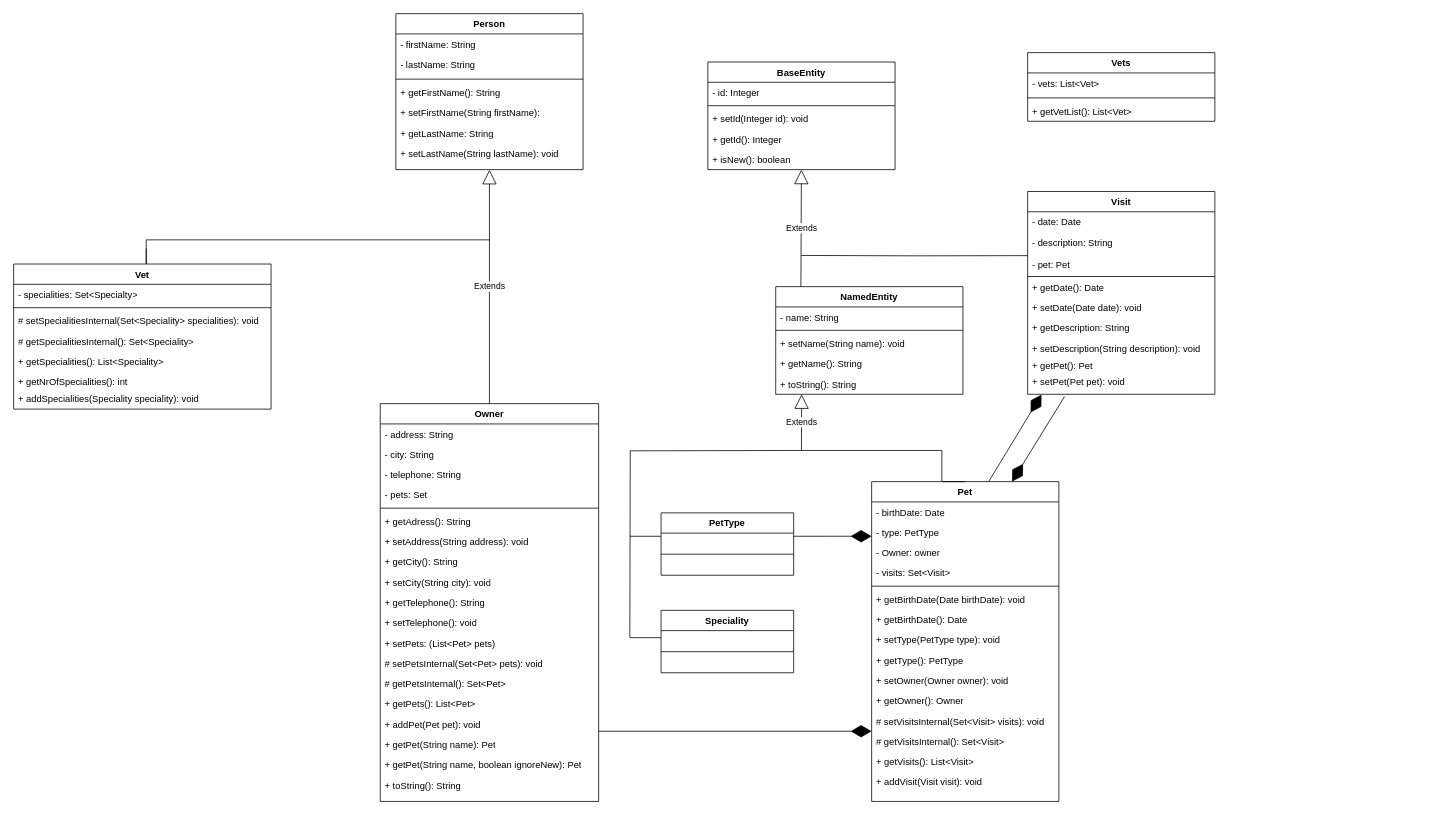
BubbaTamer/petclinic keeps this draw.io diagram as src/UML/PetClinic.drawio. Above is the earlier version. Source tidied: cells renumbered, new cells numbered last; positions are measured from the earlier drawing's top-left corner, leaving out a move shared by most shapes. Both pictures are drawn from the tidied source at 78%, with x=0, y=0 at pixel (13, 13).
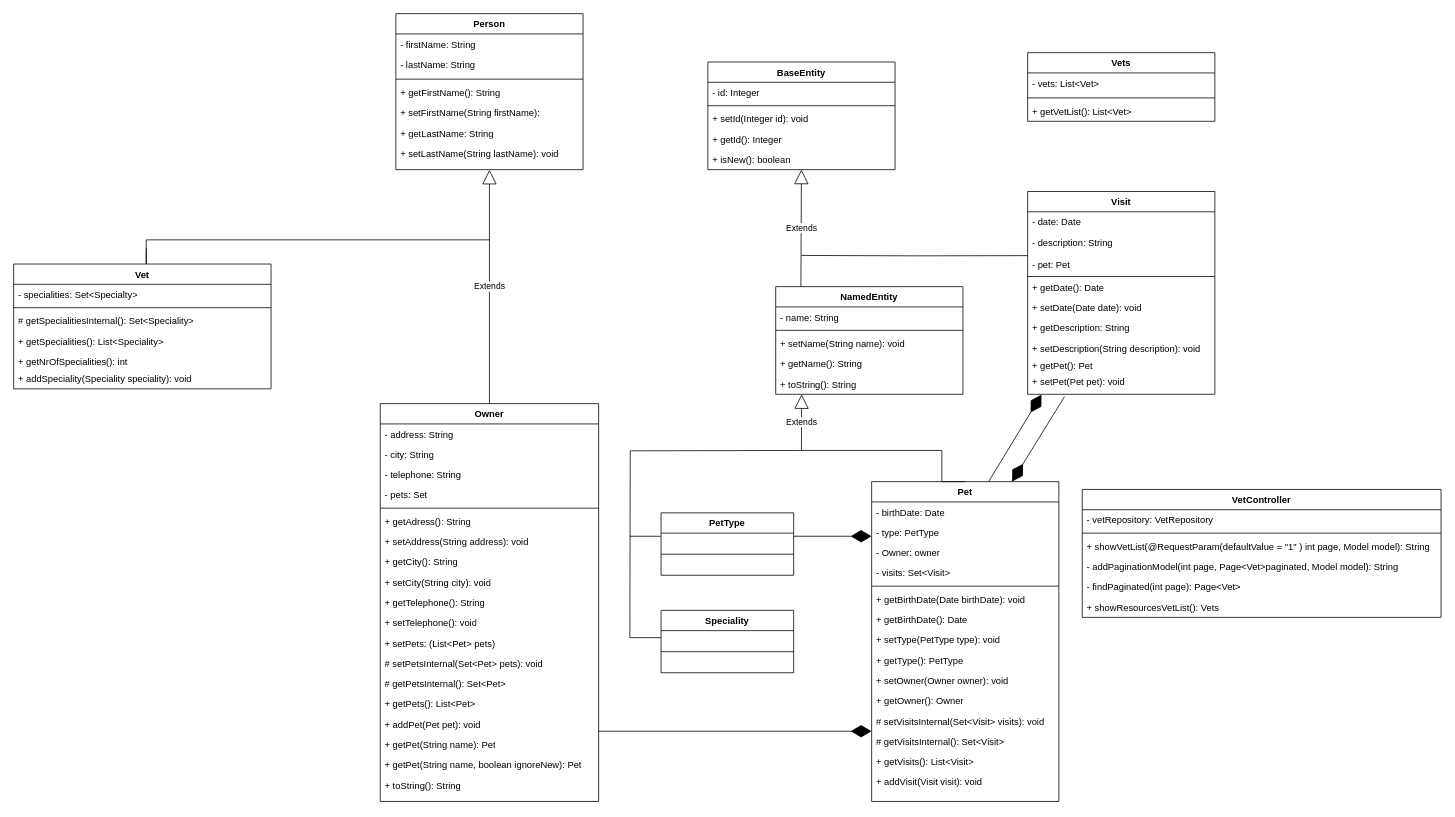
The same diagram, later.

Diff of the diagram source:
```diff
@@
     <mxCell id="65" value="Vet" style="swimlane;fontStyle=1;align=center;verticalAlign=top;horizontal=1;startSize=26;whiteSpace=wrap;html=1;" parent="1" vertex="1">
-      <mxGeometry y="321" width="330" height="186" as="geometry" />
+      <mxGeometry y="321" width="330" height="160" as="geometry" />
     </mxCell>
@@
-    <mxCell id="68" value="# setSpecialitiesInternal(Set&amp;lt;Speciality&amp;gt; specialities): void" style="text;strokeColor=none;fillColor=none;align=left;verticalAlign=top;spacingLeft=4;spacingRight=4;overflow=hidden;whiteSpace=wrap;html=1;" parent="65" vertex="1">
-      <mxGeometry y="60" width="330" height="26" as="geometry" />
-    </mxCell>
     <mxCell id="69" value="# getSpecialitiesInternal(): Set&amp;lt;Speciality&amp;gt;" style="text;strokeColor=none;fillColor=none;align=left;verticalAlign=top;spacingLeft=4;spacingRight=4;overflow=hidden;whiteSpace=wrap;html=1;" parent="65" vertex="1">
-      <mxGeometry y="86" width="330" height="26" as="geometry" />
+      <mxGeometry y="60" width="330" height="26" as="geometry" />
     </mxCell>
     <mxCell id="70" value="+ getSpecialities(): List&amp;lt;Speciality&amp;gt;" style="text;strokeColor=none;fillColor=none;align=left;verticalAlign=top;spacingLeft=4;spacingRight=4;overflow=hidden;whiteSpace=wrap;html=1;" parent="65" vertex="1">
-      <mxGeometry y="112" width="330" height="26" as="geometry" />
+      <mxGeometry y="86" width="330" height="26" as="geometry" />
     </mxCell>
     <mxCell id="71" value="+ getNrOfSpecialities(): int&amp;nbsp;" style="text;strokeColor=none;fillColor=none;align=left;verticalAlign=top;spacingLeft=4;spacingRight=4;overflow=hidden;whiteSpace=wrap;html=1;" parent="65" vertex="1">
-      <mxGeometry y="138" width="330" height="22" as="geometry" />
+      <mxGeometry y="112" width="330" height="22" as="geometry" />
     </mxCell>
-    <mxCell id="72" value="+ addSpecialities(Speciality speciality): void" style="text;strokeColor=none;fillColor=none;align=left;verticalAlign=top;spacingLeft=4;spacingRight=4;overflow=hidden;whiteSpace=wrap;html=1;" parent="65" vertex="1">
-      <mxGeometry y="160" width="330" height="26" as="geometry" />
+    <mxCell id="72" value="+ addSpeciality(Speciality speciality): void" style="text;strokeColor=none;fillColor=none;align=left;verticalAlign=top;spacingLeft=4;spacingRight=4;overflow=hidden;whiteSpace=wrap;html=1;" parent="65" vertex="1">
+      <mxGeometry y="134" width="330" height="26" as="geometry" />
     </mxCell>
@@
+    <mxCell id="99" value="VetController" style="swimlane;fontStyle=1;align=center;verticalAlign=top;horizontal=1;startSize=26;whiteSpace=wrap;html=1;" parent="1" vertex="1">
+      <mxGeometry x="1370" y="610" width="460" height="164" as="geometry" />
+    </mxCell>
+    <mxCell id="100" value="- vetRepository: VetRepository" style="text;strokeColor=none;fillColor=none;align=left;verticalAlign=top;spacingLeft=4;spacingRight=4;overflow=hidden;whiteSpace=wrap;html=1;" parent="99" vertex="1">
+      <mxGeometry y="26" width="460" height="26" as="geometry" />
+    </mxCell>
+    <mxCell id="101" style="line;strokeWidth=1;fillColor=none;align=left;verticalAlign=middle;spacingTop=-1;spacingLeft=3;spacingRight=3;labelPosition=right;strokeColor=inherit;" parent="99" vertex="1">
+      <mxGeometry y="52" width="460" height="8" as="geometry" />
+    </mxCell>
+    <mxCell id="102" value="+ showVetList(@RequestParam(defaultValue = &quot;1&quot; ) int page, Model model): String" style="text;strokeColor=none;fillColor=none;align=left;verticalAlign=top;spacingLeft=4;spacingRight=4;overflow=hidden;whiteSpace=wrap;html=1;" parent="99" vertex="1">
+      <mxGeometry y="60" width="460" height="26" as="geometry" />
+    </mxCell>
+    <mxCell id="103" value="- addPaginationModel(int page, Page&amp;lt;Vet&amp;gt;paginated, Model model): String" style="text;strokeColor=none;fillColor=none;align=left;verticalAlign=top;spacingLeft=4;spacingRight=4;overflow=hidden;whiteSpace=wrap;html=1;" parent="99" vertex="1">
+      <mxGeometry y="86" width="460" height="26" as="geometry" />
+    </mxCell>
+    <mxCell id="104" value="- findPaginated(int page): Page&amp;lt;Vet&amp;gt;" style="text;strokeColor=none;fillColor=none;align=left;verticalAlign=top;spacingLeft=4;spacingRight=4;overflow=hidden;whiteSpace=wrap;html=1;" parent="99" vertex="1">
+      <mxGeometry y="112" width="460" height="26" as="geometry" />
+    </mxCell>
+    <mxCell id="105" value="+ showResourcesVetList(): Vets" style="text;strokeColor=none;fillColor=none;align=left;verticalAlign=top;spacingLeft=4;spacingRight=4;overflow=hidden;whiteSpace=wrap;html=1;" parent="99" vertex="1">
+      <mxGeometry y="138" width="460" height="26" as="geometry" />
+    </mxCell>
```
